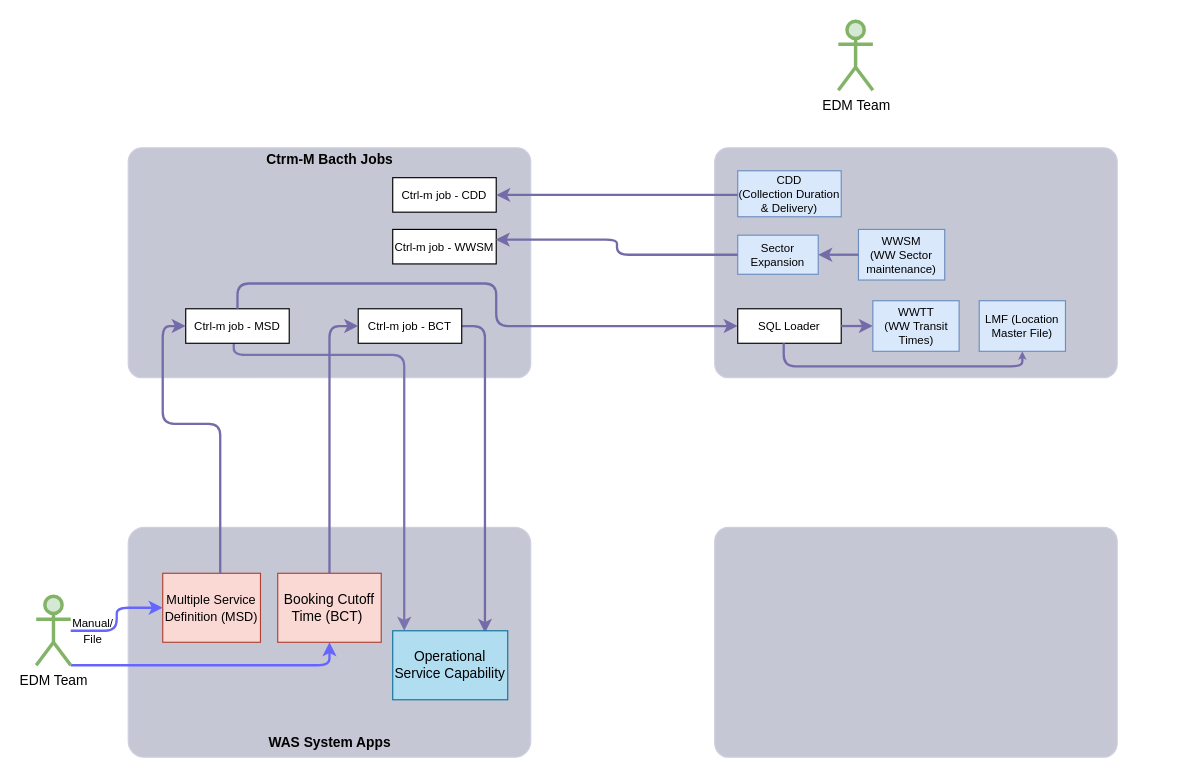
The draw.io diagram Diagram/OSC_arch.drawio in Str4nge/Draw_io, before the edit. Source tidied: cells renumbered, new cells numbered last; positions are measured from the earlier drawing's top-left corner, leaving out a move shared by most shapes. Both pictures are drawn from the tidied source at 115%, with x=0, y=0 at pixel (36, 21).
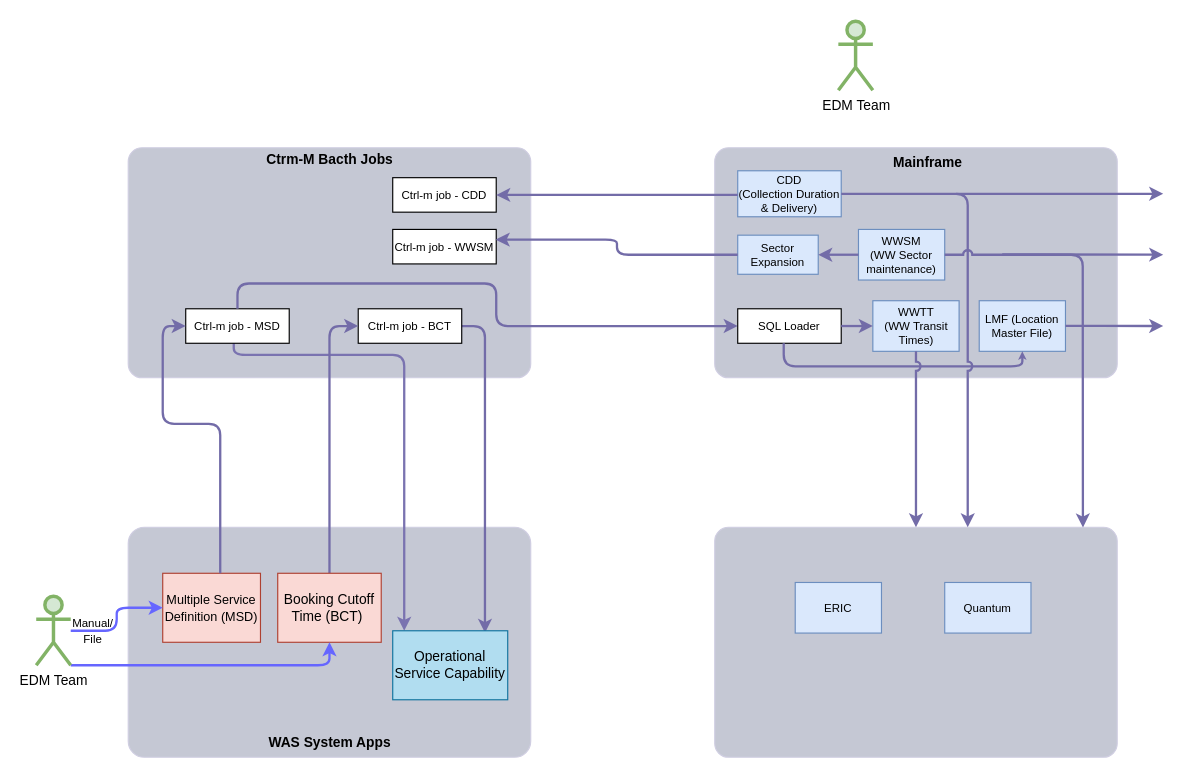
Above is the later version.

The change refers to these unchanged cells:
```xml
<mxCell id="5" style="rounded=1;whiteSpace=wrap;html=1;labelBackgroundColor=none;fillColor=#C5C8D4;strokeColor=#D0CEE2;fontColor=#1A1A1A;arcSize=6;" parent="1" vertex="1">
  <mxGeometry x="590" y="440" width="350" height="200" as="geometry" />
</mxCell>
<mxCell id="23" value="CDD &lt;br&gt;(Collection Duration &amp;amp; Delivery)" style="rounded=0;whiteSpace=wrap;html=1;fillColor=#dae8fc;strokeColor=#6c8ebf;fontSize=10;" parent="1" vertex="1">
  <mxGeometry x="610" y="130" width="90" height="40" as="geometry" />
</mxCell>
<mxCell id="27" value="WWSM &lt;br&gt;(WW Sector maintenance)" style="rounded=0;whiteSpace=wrap;html=1;fillColor=#dae8fc;strokeColor=#6c8ebf;fontSize=10;" parent="1" vertex="1">
  <mxGeometry x="715" y="181" width="75" height="44" as="geometry" />
</mxCell>
<mxCell id="29" value="WWTT &lt;br&gt;(WW Transit Times)" style="rounded=0;whiteSpace=wrap;html=1;fillColor=#dae8fc;strokeColor=#6c8ebf;fontSize=10;" parent="1" vertex="1">
  <mxGeometry x="727.5" y="243" width="75" height="44" as="geometry" />
</mxCell>
```

Diff of the diagram source:
```diff
@@
+    <mxCell id="36" value="&lt;b&gt;Mainframe&lt;br&gt;&lt;/b&gt;" style="text;html=1;align=center;verticalAlign=middle;strokeColor=none;fillColor=none;strokeWidth=2;" parent="1" vertex="1">
+      <mxGeometry x="735" y="108" width="80" height="30" as="geometry" />
+    </mxCell>
+    <mxCell id="37" value="Quantum" style="rounded=0;whiteSpace=wrap;html=1;fillColor=#dae8fc;strokeColor=#6c8ebf;fontSize=10;" parent="1" vertex="1">
+      <mxGeometry x="790" y="488" width="75" height="44" as="geometry" />
+    </mxCell>
+    <mxCell id="38" value="ERIC" style="rounded=0;whiteSpace=wrap;html=1;fillColor=#dae8fc;strokeColor=#6c8ebf;fontSize=10;" parent="1" vertex="1">
+      <mxGeometry x="660" y="488" width="75" height="44" as="geometry" />
+    </mxCell>
+    <mxCell id="39" style="edgeStyle=orthogonalEdgeStyle;rounded=1;jettySize=auto;html=1;strokeColor=#736CA8;fontColor=#1A1A1A;jumpStyle=arc;strokeWidth=2;targetPerimeterSpacing=0;" parent="1" edge="1" source="23">
+      <mxGeometry relative="1" as="geometry">
+        <mxPoint x="810" y="440" as="targetPoint" />
+        <Array as="points">
+          <mxPoint x="810" y="150" />
+          <mxPoint x="810" y="440" />
+        </Array>
+      </mxGeometry>
+    </mxCell>
+    <mxCell id="40" style="edgeStyle=orthogonalEdgeStyle;rounded=1;jettySize=auto;html=1;strokeColor=#736CA8;fontColor=#1A1A1A;jumpStyle=arc;strokeWidth=2;targetPerimeterSpacing=0;exitX=1;exitY=0.5;exitDx=0;exitDy=0;entryX=0.915;entryY=0.001;entryDx=0;entryDy=0;entryPerimeter=0;" parent="1" edge="1" source="27" target="5">
+      <mxGeometry relative="1" as="geometry">
+        <Array as="points">
+          <mxPoint x="910" y="203" />
+          <mxPoint x="910" y="420" />
+          <mxPoint x="910" y="420" />
+        </Array>
+      </mxGeometry>
+    </mxCell>
+    <mxCell id="41" style="edgeStyle=orthogonalEdgeStyle;rounded=1;jettySize=auto;html=1;strokeColor=#736CA8;fontColor=#1A1A1A;jumpStyle=arc;strokeWidth=2;targetPerimeterSpacing=0;exitX=0.5;exitY=1;exitDx=0;exitDy=0;entryX=0.5;entryY=0;entryDx=0;entryDy=0;" parent="1" edge="1" source="29" target="5">
+      <mxGeometry relative="1" as="geometry">
+        <Array as="points">
+          <mxPoint x="765" y="430" />
+          <mxPoint x="765" y="430" />
+        </Array>
+      </mxGeometry>
+    </mxCell>
+    <mxCell id="42" style="edgeStyle=orthogonalEdgeStyle;rounded=1;orthogonalLoop=1;jettySize=auto;html=1;strokeColor=#736CA8;fontColor=#1A1A1A;jumpStyle=none;strokeWidth=2;targetPerimeterSpacing=0;" parent="1" edge="1">
+      <mxGeometry relative="1" as="geometry">
+        <mxPoint x="800" y="150" as="sourcePoint" />
+        <mxPoint x="980" y="150" as="targetPoint" />
+        <Array as="points">
+          <mxPoint x="820" y="150" />
+        </Array>
+      </mxGeometry>
+    </mxCell>
+    <mxCell id="43" style="edgeStyle=orthogonalEdgeStyle;rounded=1;orthogonalLoop=1;jettySize=auto;html=1;strokeColor=#736CA8;fontColor=#1A1A1A;jumpStyle=none;strokeWidth=2;targetPerimeterSpacing=0;" parent="1" edge="1">
+      <mxGeometry relative="1" as="geometry">
+        <mxPoint x="840" y="202.8" as="sourcePoint" />
+        <mxPoint x="980" y="203" as="targetPoint" />
+        <Array as="points">
+          <mxPoint x="860" y="202.8" />
+        </Array>
+      </mxGeometry>
+    </mxCell>
+    <mxCell id="44" style="edgeStyle=orthogonalEdgeStyle;rounded=1;orthogonalLoop=1;jettySize=auto;html=1;strokeColor=#736CA8;fontColor=#1A1A1A;jumpStyle=none;strokeWidth=2;targetPerimeterSpacing=0;" parent="1" edge="1">
+      <mxGeometry relative="1" as="geometry">
+        <mxPoint x="895" y="264.8" as="sourcePoint" />
+        <mxPoint x="980" y="265" as="targetPoint" />
+        <Array as="points">
+          <mxPoint x="915" y="264.8" />
+        </Array>
+      </mxGeometry>
+    </mxCell>
```
